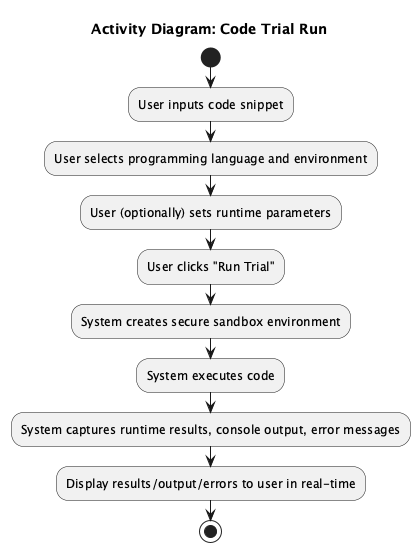
Above: latex/UML/Activity/Code-Trial-Run.png in stepbystepcode/CodeWay (PlantUML), before the change. The source it was exported from:
```plantuml
@startuml
title Activity Diagram: Code Trial Run

start
:User inputs code snippet;
:User selects programming language and environment;
:User (optionally) sets runtime parameters;
:User clicks "Run Trial";
:System creates secure sandbox environment;
:System executes code;
:System captures runtime results, console output, error messages;
:Display results/output/errors to user in real-time;
stop

@enduml
```
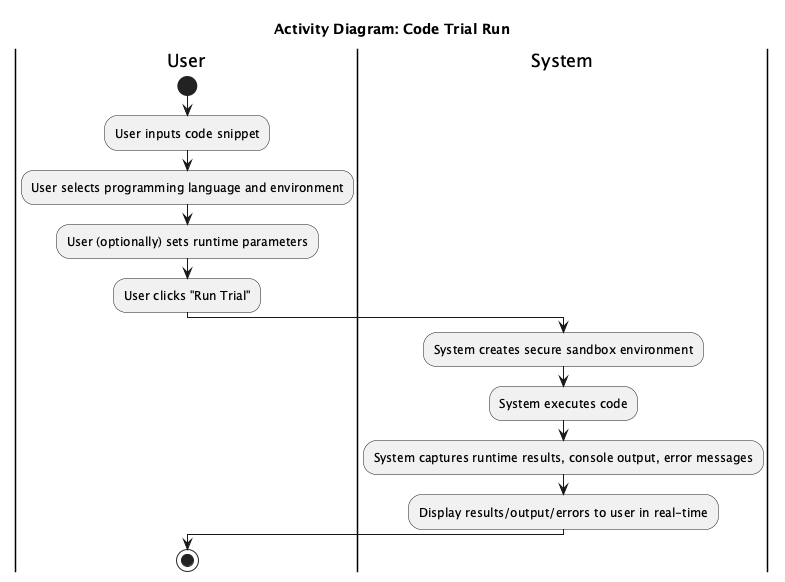
After the commit.

Diff of the diagram source:
```diff
@@ -1,15 +1,20 @@
 @startuml
 title Activity Diagram: Code Trial Run
 
+|User|
 start
 :User inputs code snippet;
 :User selects programming language and environment;
 :User (optionally) sets runtime parameters;
 :User clicks "Run Trial";
+
+|System|
 :System creates secure sandbox environment;
 :System executes code;
 :System captures runtime results, console output, error messages;
 :Display results/output/errors to user in real-time;
+
+|User|
 stop
 
 @enduml
```
